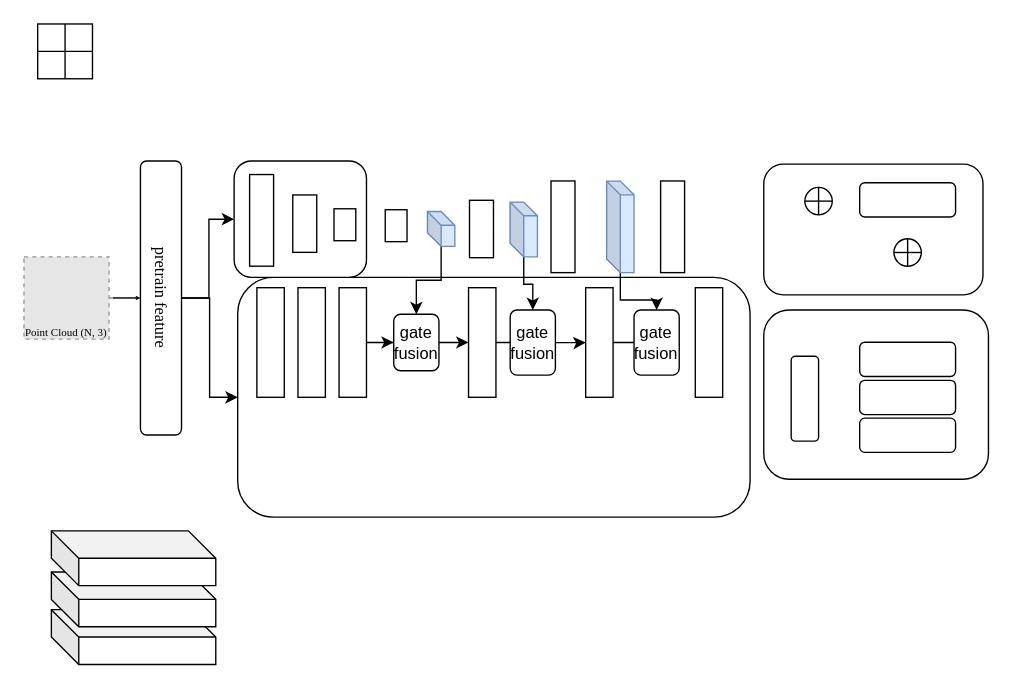
Above: scenecompletion.drawio in susu-attempt/pointrans (draw.io), before the change. Source tidied: cells renumbered, new cells numbered last; positions are measured from the earlier drawing's top-left corner, leaving out a move shared by most shapes. Both pictures are drawn from the tidied source at 137%, with x=0, y=0 at pixel (23, 23). Pictures stored in the file or linked from it are replaced by grey dashed boxes.
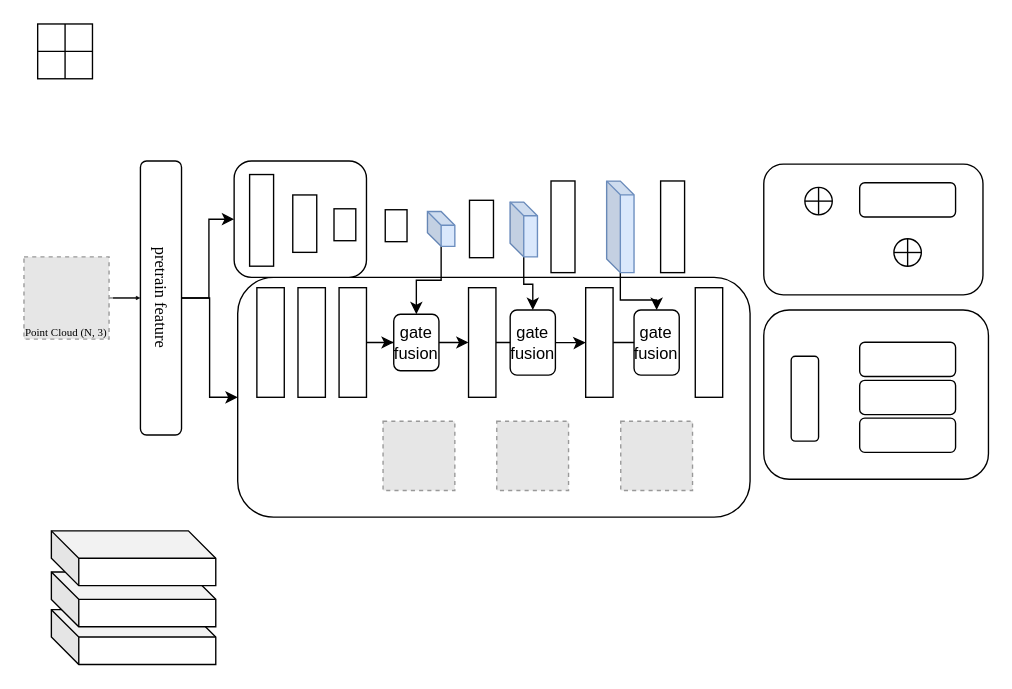
After the change.

What changed in the source:
```diff
@@
+    <mxCell id="50" style="fillColor=#E6E6E6;strokeColor=#999999;dashed=1;verticalLabelPosition=bottom;labelBackgroundColor=default;verticalAlign=top;" parent="1" vertex="1">
+      <mxGeometry x="262.1" y="290" width="52.4" height="50.5" as="geometry" />
+    </mxCell>
+    <mxCell id="51" style="fillColor=#E6E6E6;strokeColor=#999999;dashed=1;verticalLabelPosition=bottom;labelBackgroundColor=default;verticalAlign=top;" parent="1" vertex="1">
+      <mxGeometry x="345.1" y="290" width="52.4" height="50.5" as="geometry" />
+    </mxCell>
+    <mxCell id="52" style="fillColor=#E6E6E6;strokeColor=#999999;dashed=1;verticalLabelPosition=bottom;labelBackgroundColor=default;verticalAlign=top;" parent="1" vertex="1">
+      <mxGeometry x="435.6" y="290" width="52.4" height="50.5" as="geometry" />
+    </mxCell>
```
